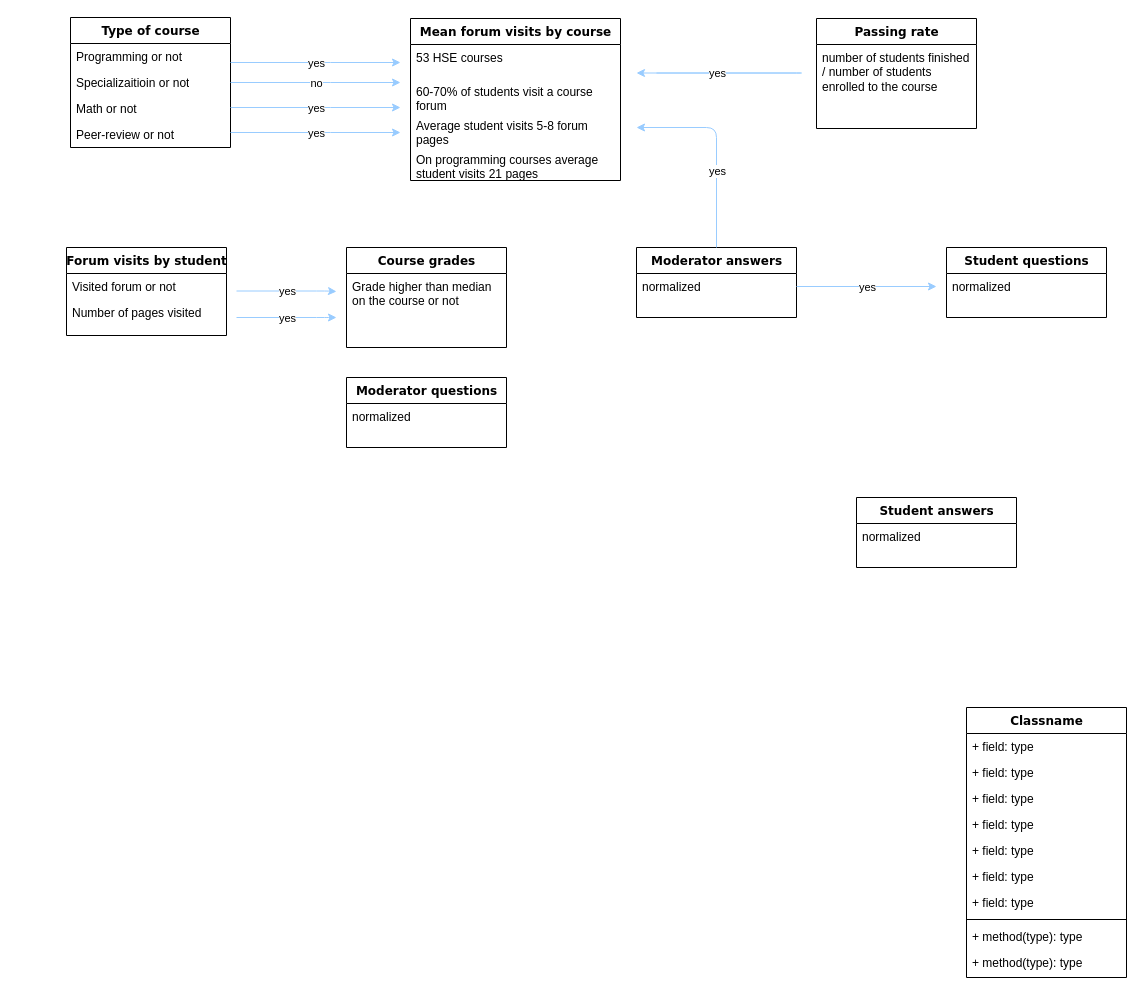
vladdez/HSE_MOOC_forums_analytics keeps this draw.io diagram as Results.drawio. Above is the earlier version. Source tidied: cells renumbered, new cells numbered last; positions are measured from the earlier drawing's top-left corner, leaving out a move shared by most shapes. Both pictures are drawn from the tidied source at 100%, with x=0, y=0 at pixel (66, 17).
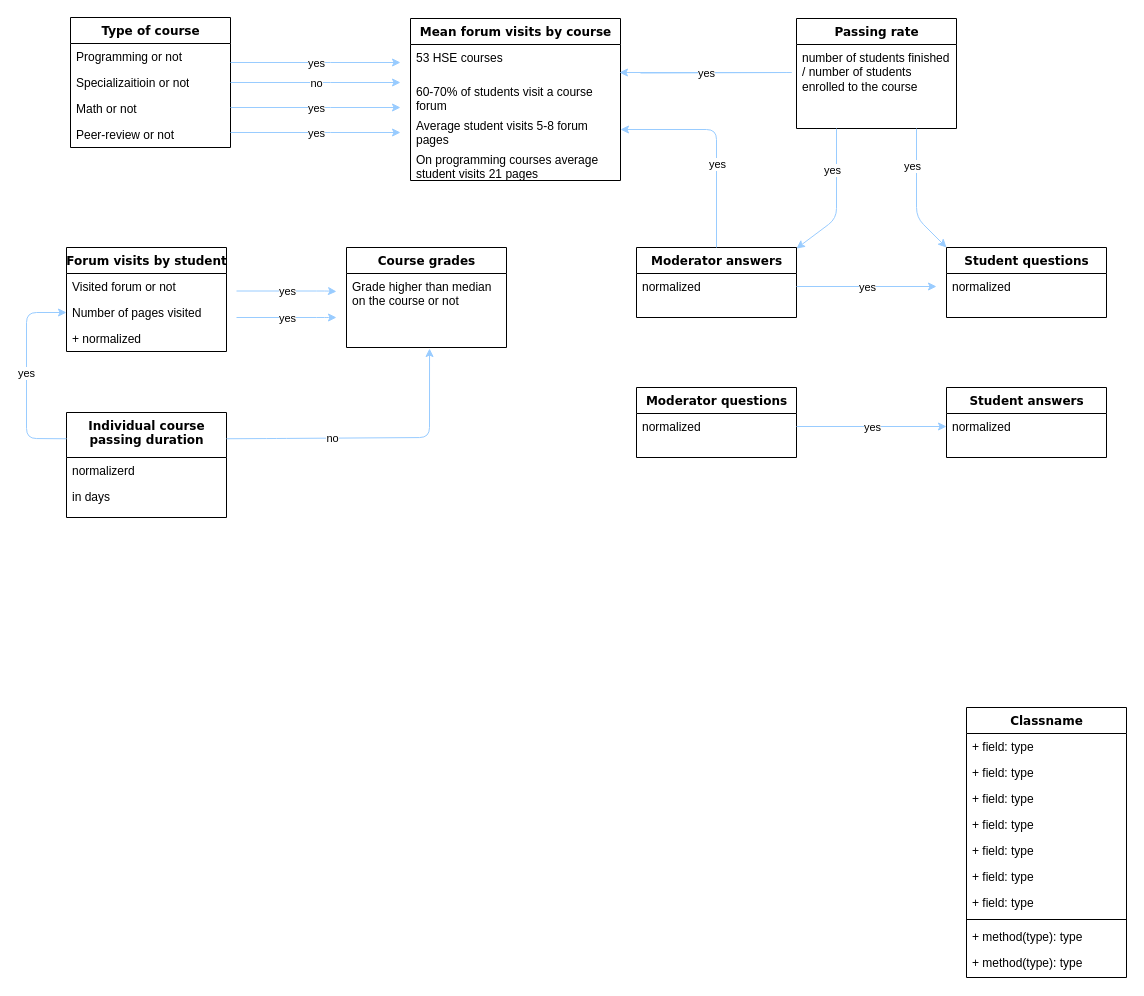
After the change.

The change refers to these unchanged cells:
```xml
<mxCell id="8" value="53 HSE courses" style="text;html=1;strokeColor=none;fillColor=none;align=left;verticalAlign=top;spacingLeft=4;spacingRight=4;whiteSpace=wrap;overflow=hidden;points=[[0,0.5],[1,0.5]];portConstraint=eastwest;" parent="7" vertex="1">
  <mxGeometry y="26" width="210" height="34" as="geometry" />
</mxCell>
<mxCell id="10" value="Average student visits 5-8 forum pages" style="text;html=1;strokeColor=none;fillColor=none;align=left;verticalAlign=top;spacingLeft=4;spacingRight=4;whiteSpace=wrap;overflow=hidden;points=[[0,0.5],[1,0.5]];portConstraint=eastwest;" parent="7" vertex="1">
  <mxGeometry y="94" width="210" height="34" as="geometry" />
</mxCell>
<mxCell id="16" value="Number of pages visited" style="text;html=1;strokeColor=none;fillColor=none;align=left;verticalAlign=top;spacingLeft=4;spacingRight=4;whiteSpace=wrap;overflow=hidden;points=[[0,0.5],[1,0.5]];portConstraint=eastwest;" parent="14" vertex="1">
  <mxGeometry y="52" width="160" height="26" as="geometry" />
</mxCell>
<mxCell id="18" value="Grade higher than median on the course or not" style="text;html=1;strokeColor=none;fillColor=none;align=left;verticalAlign=top;spacingLeft=4;spacingRight=4;whiteSpace=wrap;overflow=hidden;points=[[0,0.5],[1,0.5]];portConstraint=eastwest;" parent="17" vertex="1">
  <mxGeometry y="26" width="160" height="74" as="geometry" />
</mxCell>
<mxCell id="31" value="normalized" style="text;html=1;strokeColor=none;fillColor=none;align=left;verticalAlign=top;spacingLeft=4;spacingRight=4;whiteSpace=wrap;overflow=hidden;points=[[0,0.5],[1,0.5]];portConstraint=eastwest;" parent="30" vertex="1">
  <mxGeometry y="26" width="160" height="26" as="geometry" />
</mxCell>
<mxCell id="32" value="Moderator answers" style="swimlane;html=1;fontStyle=1;align=center;verticalAlign=top;horizontal=1;startSize=26;swimlaneFillColor=#ffffff;rounded=0;shadow=0;comic=0;labelBackgroundColor=none;strokeWidth=1;fillColor=none;fontFamily=Verdana;fontSize=12;" parent="1" vertex="1">
  <mxGeometry x="570" y="230" width="160" height="70" as="geometry" />
</mxCell>
<mxCell id="49" value="normalized" style="text;html=1;strokeColor=none;fillColor=none;align=left;verticalAlign=top;spacingLeft=4;spacingRight=4;whiteSpace=wrap;overflow=hidden;points=[[0,0.5],[1,0.5]];portConstraint=eastwest;" parent="48" vertex="1">
  <mxGeometry y="26" width="160" height="26" as="geometry" />
</mxCell>
<mxCell id="50" value="Student questions" style="swimlane;html=1;fontStyle=1;align=center;verticalAlign=top;horizontal=1;startSize=26;swimlaneFillColor=#ffffff;rounded=0;shadow=0;comic=0;labelBackgroundColor=none;strokeWidth=1;fillColor=none;fontFamily=Verdana;fontSize=12;" parent="1" vertex="1">
  <mxGeometry x="880" y="230" width="160" height="70" as="geometry" />
</mxCell>
```

Change to the diagram source:
```diff
@@
     <mxCell id="12" value="Passing rate" style="swimlane;html=1;fontStyle=1;align=center;verticalAlign=top;horizontal=1;startSize=26;swimlaneFillColor=#ffffff;rounded=0;shadow=0;comic=0;labelBackgroundColor=none;strokeWidth=1;fillColor=none;fontFamily=Verdana;fontSize=12;" parent="1" vertex="1">
-      <mxGeometry x="750" y="1" width="160" height="110" as="geometry" />
+      <mxGeometry x="730" y="1" width="160" height="110" as="geometry" />
     </mxCell>
@@
     <mxCell id="14" value="Forum visits by student" style="swimlane;html=1;fontStyle=1;align=center;verticalAlign=top;horizontal=1;startSize=26;swimlaneFillColor=#ffffff;rounded=0;shadow=0;comic=0;labelBackgroundColor=none;strokeWidth=1;fillColor=none;fontFamily=Verdana;fontSize=12;" parent="1" vertex="1">
-      <mxGeometry y="230" width="160" height="88" as="geometry" />
+      <mxGeometry y="230" width="160" height="104" as="geometry" />
     </mxCell>
@@
+    <mxCell id="56" value="+ normalized" style="text;html=1;strokeColor=none;fillColor=none;align=left;verticalAlign=top;spacingLeft=4;spacingRight=4;whiteSpace=wrap;overflow=hidden;" parent="14" vertex="1">
+      <mxGeometry y="78" width="160" height="26" as="geometry" />
+    </mxCell>
@@
     <mxCell id="30" value="Moderator questions" style="swimlane;html=1;fontStyle=1;align=center;verticalAlign=top;horizontal=1;startSize=26;swimlaneFillColor=#ffffff;rounded=0;shadow=0;comic=0;labelBackgroundColor=none;strokeWidth=1;fillColor=none;fontFamily=Verdana;fontSize=12;" parent="1" vertex="1">
-      <mxGeometry x="280" y="360" width="160" height="70" as="geometry" />
+      <mxGeometry x="570" y="370" width="160" height="70" as="geometry" />
     </mxCell>
@@
-    <mxCell id="46" style="endArrow=classic;html=1;strokeColor=#99CCFF;fillColor=#E6D0DE;" parent="1" edge="1">
+    <mxCell id="46" style="endArrow=classic;html=1;strokeColor=#99CCFF;fillColor=#E6D0DE;entryX=0.995;entryY=0.824;entryDx=0;entryDy=0;entryPerimeter=0;" parent="1" edge="1" target="8">
       <mxGeometry relative="1" as="geometry">
-        <mxPoint x="590" y="55.5" as="sourcePoint" />
-        <mxPoint x="570" y="55.5" as="targetPoint" />
+        <mxPoint x="574" y="55.5" as="sourcePoint" />
         <Array as="points">
-          <mxPoint x="740" y="55.5" />
+          <mxPoint x="730" y="55" />
         </Array>
       </mxGeometry>
     </mxCell>
@@
     <mxCell id="48" value="Student answers" style="swimlane;html=1;fontStyle=1;align=center;verticalAlign=top;horizontal=1;startSize=26;swimlaneFillColor=#ffffff;rounded=0;shadow=0;comic=0;labelBackgroundColor=none;strokeWidth=1;fillColor=none;fontFamily=Verdana;fontSize=12;" parent="1" vertex="1">
-      <mxGeometry x="790" y="480" width="160" height="70" as="geometry" />
+      <mxGeometry x="880" y="370" width="160" height="70" as="geometry" />
     </mxCell>
@@
-    <mxCell id="52" style="endArrow=classic;html=1;strokeColor=#99CCFF;fillColor=#E6D0DE;exitX=0.5;exitY=0;exitDx=0;exitDy=0;" parent="1" edge="1" source="32">
+    <mxCell id="52" style="endArrow=classic;html=1;strokeColor=#99CCFF;fillColor=#E6D0DE;exitX=0.5;exitY=0;exitDx=0;exitDy=0;entryX=1;entryY=0.5;entryDx=0;entryDy=0;" parent="1" edge="1" source="32" target="10">
       <mxGeometry relative="1" as="geometry">
-        <mxPoint x="570" y="110" as="targetPoint" />
         <Array as="points">
-          <mxPoint x="650" y="110" />
+          <mxPoint x="650" y="112" />
         </Array>
       </mxGeometry>
     </mxCell>
@@
+    <mxCell id="57" style="endArrow=classic;html=1;strokeColor=#99CCFF;fillColor=#E6D0DE;exitX=1;exitY=0.5;exitDx=0;exitDy=0;entryX=0;entryY=0.5;entryDx=0;entryDy=0;" parent="1" edge="1" source="31" target="49">
+      <mxGeometry relative="1" as="geometry" />
+    </mxCell>
+    <mxCell id="58" value="yes" style="edgeLabel;html=1;align=center;verticalAlign=middle;" parent="57" vertex="1">
+      <mxGeometry relative="1" as="geometry" />
+    </mxCell>
+    <mxCell id="59" style="endArrow=classic;html=1;strokeColor=#99CCFF;fillColor=#E6D0DE;exitX=0.25;exitY=1;exitDx=0;exitDy=0;" parent="1" edge="1" source="12">
+      <mxGeometry relative="1" as="geometry">
+        <mxPoint x="730" y="231" as="targetPoint" />
+        <Array as="points">
+          <mxPoint x="770" y="201" />
+        </Array>
+      </mxGeometry>
+    </mxCell>
+    <mxCell id="60" value="yes" style="edgeLabel;html=1;align=center;verticalAlign=middle;" parent="59" vertex="1">
+      <mxGeometry relative="1" as="geometry">
+        <mxPoint x="-4.6" y="-29" as="offset" />
+      </mxGeometry>
+    </mxCell>
+    <mxCell id="61" style="endArrow=classic;html=1;strokeColor=#99CCFF;fillColor=#E6D0DE;entryX=0;entryY=0;entryDx=0;entryDy=0;exitX=0.75;exitY=1;exitDx=0;exitDy=0;" parent="1" edge="1" source="12" target="50">
+      <mxGeometry relative="1" as="geometry">
+        <Array as="points">
+          <mxPoint x="850" y="200" />
+        </Array>
+      </mxGeometry>
+    </mxCell>
+    <mxCell id="62" value="yes" style="edgeLabel;html=1;align=center;verticalAlign=middle;" parent="61" vertex="1">
+      <mxGeometry relative="1" as="geometry">
+        <mxPoint x="-4.6" y="-29" as="offset" />
+      </mxGeometry>
+    </mxCell>
+    <mxCell id="63" value="&lt;div&gt;Individual course &lt;br&gt;&lt;/div&gt;&lt;div&gt;passing duration&lt;/div&gt;" style="swimlane;html=1;fontStyle=1;align=center;verticalAlign=top;horizontal=1;startSize=45;swimlaneFillColor=#ffffff;rounded=0;shadow=0;comic=0;labelBackgroundColor=none;strokeWidth=1;fillColor=none;fontFamily=Verdana;fontSize=12;" parent="1" vertex="1">
+      <mxGeometry y="395" width="160" height="105" as="geometry" />
+    </mxCell>
+    <mxCell id="64" value="normalizerd" style="text;html=1;strokeColor=none;fillColor=none;align=left;verticalAlign=top;spacingLeft=4;spacingRight=4;whiteSpace=wrap;overflow=hidden;" parent="63" vertex="1">
+      <mxGeometry y="45" width="160" height="26" as="geometry" />
+    </mxCell>
+    <mxCell id="65" value="in days" style="text;html=1;strokeColor=none;fillColor=none;align=left;verticalAlign=top;spacingLeft=4;spacingRight=4;whiteSpace=wrap;overflow=hidden;" parent="63" vertex="1">
+      <mxGeometry y="71" width="160" height="26" as="geometry" />
+    </mxCell>
+    <mxCell id="66" style="endArrow=classic;html=1;strokeColor=#99CCFF;fillColor=#E6D0DE;exitX=0;exitY=0.25;exitDx=0;exitDy=0;entryX=0;entryY=0.5;entryDx=0;entryDy=0;" parent="1" edge="1" source="63" target="16">
+      <mxGeometry relative="1" as="geometry">
+        <Array as="points">
+          <mxPoint x="-40" y="421" />
+          <mxPoint x="-40" y="295" />
+        </Array>
+      </mxGeometry>
+    </mxCell>
+    <mxCell id="67" value="yes" style="edgeLabel;html=1;align=center;verticalAlign=middle;" parent="66" vertex="1">
+      <mxGeometry relative="1" as="geometry">
+        <mxPoint x="-1" y="-3" as="offset" />
+      </mxGeometry>
+    </mxCell>
+    <mxCell id="68" style="endArrow=classic;html=1;strokeColor=#99CCFF;fillColor=#E6D0DE;exitX=1;exitY=0.25;exitDx=0;exitDy=0;entryX=0.519;entryY=1.014;entryDx=0;entryDy=0;entryPerimeter=0;" parent="1" edge="1" source="63" target="18">
+      <mxGeometry relative="1" as="geometry">
+        <Array as="points">
+          <mxPoint x="210" y="421" />
+          <mxPoint x="363" y="420" />
+        </Array>
+      </mxGeometry>
+    </mxCell>
+    <mxCell id="69" value="no" style="edgeLabel;html=1;align=center;verticalAlign=middle;" parent="68" vertex="1">
+      <mxGeometry relative="1" as="geometry">
+        <mxPoint x="-40" as="offset" />
+      </mxGeometry>
+    </mxCell>
```
